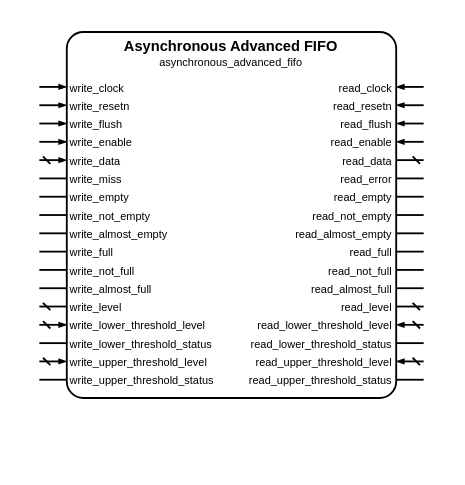
Before: sources/data/access_enable/asynchronous_advanced_fifo/asynchronous_advanced_fifo.symbol.drawio in Louis-DR/OmniCores-BuildingBlocks, a draw.io diagram. Source tidied: cells renumbered, new cells numbered last; positions are measured from the earlier drawing's top-left corner, leaving out a move shared by most shapes. Both pictures are drawn from the tidied source at 183%, with x=0, y=0 at pixel (38, 31).
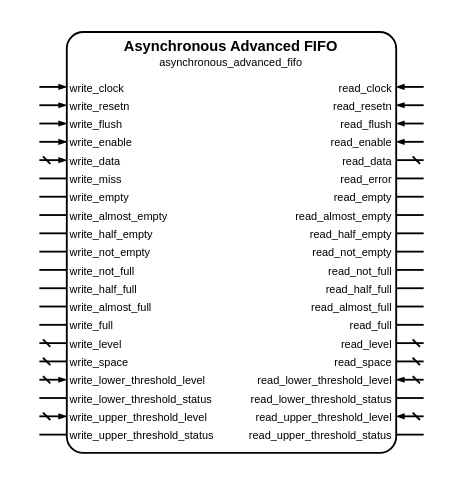
Above is the later version.

The edit, as a diff of the source:
```diff
@@
     <mxCell id="2" style="group;" parent="1" vertex="1">
-      <mxGeometry width="210" height="200" as="geometry" />
+      <mxGeometry width="210" height="230" as="geometry" />
     </mxCell>
     <mxCell id="3" style="rounded=1;arcSize=5;fillColor=none;strokeWidth=1;strokeColor=black;whiteSpace=wrap;html=1;" parent="2" vertex="1">
-      <mxGeometry x="15" width="180" height="200" as="geometry" />
+      <mxGeometry x="15" width="180" height="230" as="geometry" />
     </mxCell>
@@
+    <mxCell id="38" value="write_almost_empty" style="text;html=1;align=left;verticalAlign=middle;whiteSpace=wrap;rounded=0;fontSize=6;fontStyle=0;fontColor=black;" parent="2" vertex="1">
+      <mxGeometry x="15" y="100" width="180" as="geometry" />
+    </mxCell>
+    <mxCell id="39" style="html=1;rounded=1;strokeWidth=1;strokeColor=black;startFill=0;startSize=2;startArrow=none;endFill=1;endSize=2;endArrow=none;sourcePerimeterSpacing=0;" parent="2" edge="1">
+      <mxGeometry relative="1" as="geometry">
+        <mxPoint y="100" as="sourcePoint" />
+        <mxPoint x="15" y="100" as="targetPoint" />
+      </mxGeometry>
+    </mxCell>
+    <mxCell id="40" value="read_almost_empty" style="text;html=1;align=right;verticalAlign=middle;whiteSpace=wrap;rounded=0;fontSize=6;fontStyle=0;fontColor=black;" parent="2" vertex="1">
+      <mxGeometry x="15" y="100" width="180" as="geometry" />
+    </mxCell>
+    <mxCell id="41" style="html=1;rounded=1;strokeWidth=1;strokeColor=black;startFill=0;startSize=2;startArrow=none;endFill=1;endSize=2;endArrow=none;sourcePerimeterSpacing=0;" parent="2" edge="1">
+      <mxGeometry relative="1" as="geometry">
+        <mxPoint x="210" y="100" as="sourcePoint" />
+        <mxPoint x="195" y="100" as="targetPoint" />
+      </mxGeometry>
+    </mxCell>
+    <mxCell id="74" value="write_half_empty" style="text;html=1;align=left;verticalAlign=middle;whiteSpace=wrap;rounded=0;fontSize=6;fontStyle=0;fontColor=black;" parent="2" vertex="1">
+      <mxGeometry x="15" y="110" width="180" as="geometry" />
+    </mxCell>
+    <mxCell id="75" style="html=1;rounded=1;strokeWidth=1;strokeColor=black;startFill=0;startSize=2;startArrow=none;endFill=1;endSize=2;endArrow=none;sourcePerimeterSpacing=0;" parent="2" edge="1">
+      <mxGeometry relative="1" as="geometry">
+        <mxPoint y="110" as="sourcePoint" />
+        <mxPoint x="15" y="110" as="targetPoint" />
+      </mxGeometry>
+    </mxCell>
+    <mxCell id="76" value="read_half_empty" style="text;html=1;align=right;verticalAlign=middle;whiteSpace=wrap;rounded=0;fontSize=6;fontStyle=0;fontColor=black;" parent="2" vertex="1">
+      <mxGeometry x="15" y="110" width="180" as="geometry" />
+    </mxCell>
+    <mxCell id="77" style="html=1;rounded=1;strokeWidth=1;strokeColor=black;startFill=0;startSize=2;startArrow=none;endFill=1;endSize=2;endArrow=none;sourcePerimeterSpacing=0;" parent="2" edge="1">
+      <mxGeometry relative="1" as="geometry">
+        <mxPoint x="210" y="110" as="sourcePoint" />
+        <mxPoint x="195" y="110" as="targetPoint" />
+      </mxGeometry>
+    </mxCell>
     <mxCell id="34" value="write_not_empty" style="text;html=1;align=left;verticalAlign=middle;whiteSpace=wrap;rounded=0;fontSize=6;fontStyle=0;fontColor=black;" parent="2" vertex="1">
-      <mxGeometry x="15" y="100" width="180" as="geometry" />
+      <mxGeometry x="15" y="120" width="180" as="geometry" />
     </mxCell>
     <mxCell id="35" style="html=1;rounded=1;strokeWidth=1;strokeColor=black;startFill=0;startSize=2;startArrow=none;endFill=1;endSize=2;endArrow=none;sourcePerimeterSpacing=0;" parent="2" edge="1">
       <mxGeometry relative="1" as="geometry">
-        <mxPoint y="100" as="sourcePoint" />
-        <mxPoint x="15" y="100" as="targetPoint" />
+        <mxPoint y="120" as="sourcePoint" />
+        <mxPoint x="15" y="120" as="targetPoint" />
       </mxGeometry>
     </mxCell>
     <mxCell id="36" value="read_not_empty" style="text;html=1;align=right;verticalAlign=middle;whiteSpace=wrap;rounded=0;fontSize=6;fontStyle=0;fontColor=black;" parent="2" vertex="1">
-      <mxGeometry x="15" y="100" width="180" as="geometry" />
+      <mxGeometry x="15" y="120" width="180" as="geometry" />
     </mxCell>
     <mxCell id="37" style="html=1;rounded=1;strokeWidth=1;strokeColor=black;startFill=0;startSize=2;startArrow=none;endFill=1;endSize=2;endArrow=none;sourcePerimeterSpacing=0;" parent="2" edge="1">
       <mxGeometry relative="1" as="geometry">
-        <mxPoint x="210" y="100" as="sourcePoint" />
-        <mxPoint x="195" y="100" as="targetPoint" />
+        <mxPoint x="210" y="120" as="sourcePoint" />
+        <mxPoint x="195" y="120" as="targetPoint" />
       </mxGeometry>
     </mxCell>
-    <mxCell id="38" value="write_almost_empty" style="text;html=1;align=left;verticalAlign=middle;whiteSpace=wrap;rounded=0;fontSize=6;fontStyle=0;fontColor=black;" parent="2" vertex="1">
-      <mxGeometry x="15" y="110" width="180" as="geometry" />
-    </mxCell>
-    <mxCell id="39" style="html=1;rounded=1;strokeWidth=1;strokeColor=black;startFill=0;startSize=2;startArrow=none;endFill=1;endSize=2;endArrow=none;sourcePerimeterSpacing=0;" parent="2" edge="1">
-      <mxGeometry relative="1" as="geometry">
-        <mxPoint y="110" as="sourcePoint" />
-        <mxPoint x="15" y="110" as="targetPoint" />
-      </mxGeometry>
-    </mxCell>
-    <mxCell id="40" value="read_almost_empty" style="text;html=1;align=right;verticalAlign=middle;whiteSpace=wrap;rounded=0;fontSize=6;fontStyle=0;fontColor=black;" parent="2" vertex="1">
-      <mxGeometry x="15" y="110" width="180" as="geometry" />
-    </mxCell>
-    <mxCell id="41" style="html=1;rounded=1;strokeWidth=1;strokeColor=black;startFill=0;startSize=2;startArrow=none;endFill=1;endSize=2;endArrow=none;sourcePerimeterSpacing=0;" parent="2" edge="1">
-      <mxGeometry relative="1" as="geometry">
-        <mxPoint x="210" y="110" as="sourcePoint" />
-        <mxPoint x="195" y="110" as="targetPoint" />
-      </mxGeometry>
-    </mxCell>
+    <mxCell id="46" value="write_not_full" style="text;html=1;align=left;verticalAlign=middle;whiteSpace=wrap;rounded=0;fontSize=6;fontStyle=0;fontColor=black;" parent="2" vertex="1">
+      <mxGeometry x="15" y="130" width="180" as="geometry" />
+    </mxCell>
+    <mxCell id="47" style="html=1;rounded=1;strokeWidth=1;strokeColor=black;startFill=0;startSize=2;startArrow=none;endFill=1;endSize=2;endArrow=none;sourcePerimeterSpacing=0;" parent="2" edge="1">
+      <mxGeometry relative="1" as="geometry">
+        <mxPoint y="130" as="sourcePoint" />
+        <mxPoint x="15" y="130" as="targetPoint" />
+      </mxGeometry>
+    </mxCell>
+    <mxCell id="48" value="read_not_full" style="text;html=1;align=right;verticalAlign=middle;whiteSpace=wrap;rounded=0;fontSize=6;fontStyle=0;fontColor=black;" parent="2" vertex="1">
+      <mxGeometry x="15" y="130" width="180" as="geometry" />
+    </mxCell>
+    <mxCell id="49" style="html=1;rounded=1;strokeWidth=1;strokeColor=black;startFill=0;startSize=2;startArrow=none;endFill=1;endSize=2;endArrow=none;sourcePerimeterSpacing=0;" parent="2" edge="1">
+      <mxGeometry relative="1" as="geometry">
+        <mxPoint x="210" y="130" as="sourcePoint" />
+        <mxPoint x="195" y="130" as="targetPoint" />
+      </mxGeometry>
+    </mxCell>
+    <mxCell id="78" value="write_half_full" style="text;html=1;align=left;verticalAlign=middle;whiteSpace=wrap;rounded=0;fontSize=6;fontStyle=0;fontColor=black;" parent="2" vertex="1">
+      <mxGeometry x="15" y="140" width="180" as="geometry" />
+    </mxCell>
+    <mxCell id="79" style="html=1;rounded=1;strokeWidth=1;strokeColor=black;startFill=0;startSize=2;startArrow=none;endFill=1;endSize=2;endArrow=none;sourcePerimeterSpacing=0;" parent="2" edge="1">
+      <mxGeometry relative="1" as="geometry">
+        <mxPoint y="140" as="sourcePoint" />
+        <mxPoint x="15" y="140" as="targetPoint" />
+      </mxGeometry>
+    </mxCell>
+    <mxCell id="80" value="read_half_full" style="text;html=1;align=right;verticalAlign=middle;whiteSpace=wrap;rounded=0;fontSize=6;fontStyle=0;fontColor=black;" parent="2" vertex="1">
+      <mxGeometry x="15" y="140" width="180" as="geometry" />
+    </mxCell>
+    <mxCell id="81" style="html=1;rounded=1;strokeWidth=1;strokeColor=black;startFill=0;startSize=2;startArrow=none;endFill=1;endSize=2;endArrow=none;sourcePerimeterSpacing=0;" parent="2" edge="1">
+      <mxGeometry relative="1" as="geometry">
+        <mxPoint x="210" y="140" as="sourcePoint" />
+        <mxPoint x="195" y="140" as="targetPoint" />
+      </mxGeometry>
+    </mxCell>
+    <mxCell id="50" value="write_almost_full" style="text;html=1;align=left;verticalAlign=middle;whiteSpace=wrap;rounded=0;fontSize=6;fontStyle=0;fontColor=black;" parent="2" vertex="1">
+      <mxGeometry x="15" y="150" width="180" as="geometry" />
+    </mxCell>
+    <mxCell id="51" style="html=1;rounded=1;strokeWidth=1;strokeColor=black;startFill=0;startSize=2;startArrow=none;endFill=1;endSize=2;endArrow=none;sourcePerimeterSpacing=0;" parent="2" edge="1">
+      <mxGeometry relative="1" as="geometry">
+        <mxPoint y="150" as="sourcePoint" />
+        <mxPoint x="15" y="150" as="targetPoint" />
+      </mxGeometry>
+    </mxCell>
+    <mxCell id="52" value="read_almost_full" style="text;html=1;align=right;verticalAlign=middle;whiteSpace=wrap;rounded=0;fontSize=6;fontStyle=0;fontColor=black;" parent="2" vertex="1">
+      <mxGeometry x="15" y="150" width="180" as="geometry" />
+    </mxCell>
+    <mxCell id="53" style="html=1;rounded=1;strokeWidth=1;strokeColor=black;startFill=0;startSize=2;startArrow=none;endFill=1;endSize=2;endArrow=none;sourcePerimeterSpacing=0;" parent="2" edge="1">
+      <mxGeometry relative="1" as="geometry">
+        <mxPoint x="210" y="150" as="sourcePoint" />
+        <mxPoint x="195" y="150" as="targetPoint" />
+      </mxGeometry>
+    </mxCell>
     <mxCell id="42" value="write_full" style="text;html=1;align=left;verticalAlign=middle;whiteSpace=wrap;rounded=0;fontSize=6;fontStyle=0;fontColor=black;" parent="2" vertex="1">
-      <mxGeometry x="15" y="120" width="180" as="geometry" />
+      <mxGeometry x="15" y="160" width="180" as="geometry" />
     </mxCell>
     <mxCell id="43" style="html=1;rounded=1;strokeWidth=1;strokeColor=black;startFill=0;startSize=2;startArrow=none;endFill=1;endSize=2;endArrow=none;sourcePerimeterSpacing=0;" parent="2" edge="1">
       <mxGeometry relative="1" as="geometry">
-        <mxPoint y="120" as="sourcePoint" />
-        <mxPoint x="15" y="120" as="targetPoint" />
+        <mxPoint y="160" as="sourcePoint" />
+        <mxPoint x="15" y="160" as="targetPoint" />
       </mxGeometry>
     </mxCell>
     <mxCell id="44" value="read_full" style="text;html=1;align=right;verticalAlign=middle;whiteSpace=wrap;rounded=0;fontSize=6;fontStyle=0;fontColor=black;" parent="2" vertex="1">
-      <mxGeometry x="15" y="120" width="180" as="geometry" />
+      <mxGeometry x="15" y="160" width="180" as="geometry" />
     </mxCell>
     <mxCell id="45" style="html=1;rounded=1;strokeWidth=1;strokeColor=black;startFill=0;startSize=2;startArrow=none;endFill=1;endSize=2;endArrow=none;sourcePerimeterSpacing=0;" parent="2" edge="1">
       <mxGeometry relative="1" as="geometry">
-        <mxPoint x="210" y="120" as="sourcePoint" />
-        <mxPoint x="195" y="120" as="targetPoint" />
+        <mxPoint x="210" y="160" as="sourcePoint" />
+        <mxPoint x="195" y="160" as="targetPoint" />
       </mxGeometry>
     </mxCell>
-    <mxCell id="46" value="write_not_full" style="text;html=1;align=left;verticalAlign=middle;whiteSpace=wrap;rounded=0;fontSize=6;fontStyle=0;fontColor=black;" parent="2" vertex="1">
-      <mxGeometry x="15" y="130" width="180" as="geometry" />
-    </mxCell>
-    <mxCell id="47" style="html=1;rounded=1;strokeWidth=1;strokeColor=black;startFill=0;startSize=2;startArrow=none;endFill=1;endSize=2;endArrow=none;sourcePerimeterSpacing=0;" parent="2" edge="1">
-      <mxGeometry relative="1" as="geometry">
-        <mxPoint y="130" as="sourcePoint" />
-        <mxPoint x="15" y="130" as="targetPoint" />
-      </mxGeometry>
-    </mxCell>
-    <mxCell id="48" value="read_not_full" style="text;html=1;align=right;verticalAlign=middle;whiteSpace=wrap;rounded=0;fontSize=6;fontStyle=0;fontColor=black;" parent="2" vertex="1">
-      <mxGeometry x="15" y="130" width="180" as="geometry" />
-    </mxCell>
-    <mxCell id="49" style="html=1;rounded=1;strokeWidth=1;strokeColor=black;startFill=0;startSize=2;startArrow=none;endFill=1;endSize=2;endArrow=none;sourcePerimeterSpacing=0;" parent="2" edge="1">
-      <mxGeometry relative="1" as="geometry">
-        <mxPoint x="210" y="130" as="sourcePoint" />
-        <mxPoint x="195" y="130" as="targetPoint" />
-      </mxGeometry>
-    </mxCell>
-    <mxCell id="50" value="write_almost_full" style="text;html=1;align=left;verticalAlign=middle;whiteSpace=wrap;rounded=0;fontSize=6;fontStyle=0;fontColor=black;" parent="2" vertex="1">
-      <mxGeometry x="15" y="140" width="180" as="geometry" />
-    </mxCell>
-    <mxCell id="51" style="html=1;rounded=1;strokeWidth=1;strokeColor=black;startFill=0;startSize=2;startArrow=none;endFill=1;endSize=2;endArrow=none;sourcePerimeterSpacing=0;" parent="2" edge="1">
-      <mxGeometry relative="1" as="geometry">
-        <mxPoint y="140" as="sourcePoint" />
-        <mxPoint x="15" y="140" as="targetPoint" />
-      </mxGeometry>
-    </mxCell>
-    <mxCell id="52" value="read_almost_full" style="text;html=1;align=right;verticalAlign=middle;whiteSpace=wrap;rounded=0;fontSize=6;fontStyle=0;fontColor=black;" parent="2" vertex="1">
-      <mxGeometry x="15" y="140" width="180" as="geometry" />
-    </mxCell>
-    <mxCell id="53" style="html=1;rounded=1;strokeWidth=1;strokeColor=black;startFill=0;startSize=2;startArrow=none;endFill=1;endSize=2;endArrow=none;sourcePerimeterSpacing=0;" parent="2" edge="1">
-      <mxGeometry relative="1" as="geometry">
-        <mxPoint x="210" y="140" as="sourcePoint" />
-        <mxPoint x="195" y="140" as="targetPoint" />
-      </mxGeometry>
-    </mxCell>
     <mxCell id="54" value="write_level" style="text;html=1;align=left;verticalAlign=middle;whiteSpace=wrap;rounded=0;fontSize=6;fontStyle=0;fontColor=black;" parent="2" vertex="1">
-      <mxGeometry x="15" y="150" width="180" as="geometry" />
+      <mxGeometry x="15" y="170" width="180" as="geometry" />
     </mxCell>
     <mxCell id="55" style="html=1;rounded=1;strokeWidth=1;strokeColor=black;startFill=0;startSize=2;startArrow=dash;endFill=1;endSize=2;endArrow=none;sourcePerimeterSpacing=0;" parent="2" edge="1">
       <mxGeometry relative="1" as="geometry">
-        <mxPoint y="150" as="sourcePoint" />
-        <mxPoint x="15" y="150" as="targetPoint" />
+        <mxPoint y="170" as="sourcePoint" />
+        <mxPoint x="15" y="170" as="targetPoint" />
       </mxGeometry>
     </mxCell>
     <mxCell id="56" value="read_level" style="text;html=1;align=right;verticalAlign=middle;whiteSpace=wrap;rounded=0;fontSize=6;fontStyle=0;fontColor=black;" parent="2" vertex="1">
-      <mxGeometry x="15" y="150" width="180" as="geometry" />
+      <mxGeometry x="15" y="170" width="180" as="geometry" />
     </mxCell>
     <mxCell id="57" style="html=1;rounded=1;strokeWidth=1;strokeColor=black;startFill=0;startSize=2;startArrow=dash;endFill=1;endSize=2;endArrow=none;sourcePerimeterSpacing=0;" parent="2" edge="1">
       <mxGeometry relative="1" as="geometry">
-        <mxPoint x="210" y="150" as="sourcePoint" />
-        <mxPoint x="195" y="150" as="targetPoint" />
+        <mxPoint x="210" y="170" as="sourcePoint" />
+        <mxPoint x="195" y="170" as="targetPoint" />
       </mxGeometry>
     </mxCell>
+    <mxCell id="82" value="write_space" style="text;html=1;align=left;verticalAlign=middle;whiteSpace=wrap;rounded=0;fontSize=6;fontStyle=0;fontColor=black;" parent="2" vertex="1">
+      <mxGeometry x="15" y="180" width="180" as="geometry" />
+    </mxCell>
+    <mxCell id="83" style="html=1;rounded=1;strokeWidth=1;strokeColor=black;startFill=0;startSize=2;startArrow=dash;endFill=1;endSize=2;endArrow=none;sourcePerimeterSpacing=0;" parent="2" edge="1">
+      <mxGeometry relative="1" as="geometry">
+        <mxPoint y="180" as="sourcePoint" />
+        <mxPoint x="15" y="180" as="targetPoint" />
+      </mxGeometry>
+    </mxCell>
+    <mxCell id="84" value="read_space" style="text;html=1;align=right;verticalAlign=middle;whiteSpace=wrap;rounded=0;fontSize=6;fontStyle=0;fontColor=black;" parent="2" vertex="1">
+      <mxGeometry x="15" y="180" width="180" as="geometry" />
+    </mxCell>
+    <mxCell id="85" style="html=1;rounded=1;strokeWidth=1;strokeColor=black;startFill=0;startSize=2;startArrow=dash;endFill=1;endSize=2;endArrow=none;sourcePerimeterSpacing=0;" parent="2" edge="1">
+      <mxGeometry relative="1" as="geometry">
+        <mxPoint x="210" y="180" as="sourcePoint" />
+        <mxPoint x="195" y="180" as="targetPoint" />
+      </mxGeometry>
+    </mxCell>
     <mxCell id="58" value="write_lower_threshold_level" style="text;html=1;align=left;verticalAlign=middle;whiteSpace=wrap;rounded=0;fontSize=6;fontStyle=0;fontColor=black;" parent="2" vertex="1">
-      <mxGeometry x="15" y="160" width="180" as="geometry" />
+      <mxGeometry x="15" y="190" width="180" as="geometry" />
     </mxCell>
     <mxCell id="59" style="html=1;rounded=1;strokeWidth=1;strokeColor=black;startFill=0;startSize=2;startArrow=dash;endFill=1;endSize=2;endArrow=blockThin;sourcePerimeterSpacing=0;" parent="2" edge="1">
       <mxGeometry relative="1" as="geometry">
-        <mxPoint y="160" as="sourcePoint" />
-        <mxPoint x="15" y="160" as="targetPoint" />
+        <mxPoint y="190" as="sourcePoint" />
+        <mxPoint x="15" y="190" as="targetPoint" />
       </mxGeometry>
     </mxCell>
     <mxCell id="60" value="read_lower_threshold_level" style="text;html=1;align=right;verticalAlign=middle;whiteSpace=wrap;rounded=0;fontSize=6;fontStyle=0;fontColor=black;" parent="2" vertex="1">
-      <mxGeometry x="15" y="160" width="180" as="geometry" />
+      <mxGeometry x="15" y="190" width="180" as="geometry" />
     </mxCell>
     <mxCell id="61" style="html=1;rounded=1;strokeWidth=1;strokeColor=black;startFill=0;startSize=2;startArrow=dash;endFill=1;endSize=2;endArrow=blockThin;sourcePerimeterSpacing=0;" parent="2" edge="1">
       <mxGeometry relative="1" as="geometry">
-        <mxPoint x="210" y="160" as="sourcePoint" />
-        <mxPoint x="195" y="160" as="targetPoint" />
+        <mxPoint x="210" y="190" as="sourcePoint" />
+        <mxPoint x="195" y="190" as="targetPoint" />
       </mxGeometry>
     </mxCell>
     <mxCell id="62" value="write_lower_threshold_status" style="text;html=1;align=left;verticalAlign=middle;whiteSpace=wrap;rounded=0;fontSize=6;fontStyle=0;fontColor=black;" parent="2" vertex="1">
-      <mxGeometry x="15" y="170" width="180" as="geometry" />
+      <mxGeometry x="15" y="200" width="180" as="geometry" />
     </mxCell>
     <mxCell id="63" style="html=1;rounded=1;strokeWidth=1;strokeColor=black;startFill=0;startSize=2;startArrow=none;endFill=1;endSize=2;endArrow=none;sourcePerimeterSpacing=0;" parent="2" edge="1">
       <mxGeometry relative="1" as="geometry">
-        <mxPoint y="170" as="sourcePoint" />
-        <mxPoint x="15" y="170" as="targetPoint" />
+        <mxPoint y="200" as="sourcePoint" />
+        <mxPoint x="15" y="200" as="targetPoint" />
       </mxGeometry>
     </mxCell>
     <mxCell id="64" value="read_lower_threshold_status" style="text;html=1;align=right;verticalAlign=middle;whiteSpace=wrap;rounded=0;fontSize=6;fontStyle=0;fontColor=black;" parent="2" vertex="1">
-      <mxGeometry x="15" y="170" width="180" as="geometry" />
+      <mxGeometry x="15" y="200" width="180" as="geometry" />
     </mxCell>
     <mxCell id="65" style="html=1;rounded=1;strokeWidth=1;strokeColor=black;startFill=0;startSize=2;startArrow=none;endFill=1;endSize=2;endArrow=none;sourcePerimeterSpacing=0;" parent="2" edge="1">
       <mxGeometry relative="1" as="geometry">
-        <mxPoint x="210" y="170" as="sourcePoint" />
-        <mxPoint x="195" y="170" as="targetPoint" />
+        <mxPoint x="210" y="200" as="sourcePoint" />
+        <mxPoint x="195" y="200" as="targetPoint" />
       </mxGeometry>
     </mxCell>
     <mxCell id="66" value="write_upper_threshold_level" style="text;html=1;align=left;verticalAlign=middle;whiteSpace=wrap;rounded=0;fontSize=6;fontStyle=0;fontColor=black;" parent="2" vertex="1">
-      <mxGeometry x="15" y="180" width="180" as="geometry" />
+      <mxGeometry x="15" y="210" width="180" as="geometry" />
     </mxCell>
     <mxCell id="67" style="html=1;rounded=1;strokeWidth=1;strokeColor=black;startFill=0;startSize=2;startArrow=dash;endFill=1;endSize=2;endArrow=blockThin;sourcePerimeterSpacing=0;" parent="2" edge="1">
       <mxGeometry relative="1" as="geometry">
-        <mxPoint y="180" as="sourcePoint" />
-        <mxPoint x="15" y="180" as="targetPoint" />
+        <mxPoint y="210" as="sourcePoint" />
+        <mxPoint x="15" y="210" as="targetPoint" />
       </mxGeometry>
     </mxCell>
     <mxCell id="68" value="read_upper_threshold_level" style="text;html=1;align=right;verticalAlign=middle;whiteSpace=wrap;rounded=0;fontSize=6;fontStyle=0;fontColor=black;" parent="2" vertex="1">
-      <mxGeometry x="15" y="180" width="180" as="geometry" />
+      <mxGeometry x="15" y="210" width="180" as="geometry" />
     </mxCell>
     <mxCell id="69" style="html=1;rounded=1;strokeWidth=1;strokeColor=black;startFill=0;startSize=2;startArrow=dash;endFill=1;endSize=2;endArrow=blockThin;sourcePerimeterSpacing=0;" parent="2" edge="1">
       <mxGeometry relative="1" as="geometry">
-        <mxPoint x="210" y="180" as="sourcePoint" />
-        <mxPoint x="195" y="180" as="targetPoint" />
+        <mxPoint x="210" y="210" as="sourcePoint" />
+        <mxPoint x="195" y="210" as="targetPoint" />
       </mxGeometry>
     </mxCell>
     <mxCell id="70" value="write_upper_threshold_status" style="text;html=1;align=left;verticalAlign=middle;whiteSpace=wrap;rounded=0;fontSize=6;fontStyle=0;fontColor=black;" parent="2" vertex="1">
-      <mxGeometry x="15" y="190" width="180" as="geometry" />
+      <mxGeometry x="15" y="220" width="180" as="geometry" />
     </mxCell>
     <mxCell id="71" style="html=1;rounded=1;strokeWidth=1;strokeColor=black;startFill=0;startSize=2;startArrow=none;endFill=1;endSize=2;endArrow=none;sourcePerimeterSpacing=0;" parent="2" edge="1">
       <mxGeometry relative="1" as="geometry">
-        <mxPoint y="190" as="sourcePoint" />
-        <mxPoint x="15" y="190" as="targetPoint" />
+        <mxPoint y="220" as="sourcePoint" />
+        <mxPoint x="15" y="220" as="targetPoint" />
       </mxGeometry>
     </mxCell>
     <mxCell id="72" value="read_upper_threshold_status" style="text;html=1;align=right;verticalAlign=middle;whiteSpace=wrap;rounded=0;fontSize=6;fontStyle=0;fontColor=black;" parent="2" vertex="1">
-      <mxGeometry x="15" y="190" width="180" as="geometry" />
+      <mxGeometry x="15" y="220" width="180" as="geometry" />
     </mxCell>
     <mxCell id="73" style="html=1;rounded=1;strokeWidth=1;strokeColor=black;startFill=0;startSize=2;startArrow=none;endFill=1;endSize=2;endArrow=none;sourcePerimeterSpacing=0;" parent="2" edge="1">
       <mxGeometry relative="1" as="geometry">
-        <mxPoint x="210" y="190" as="sourcePoint" />
-        <mxPoint x="195" y="190" as="targetPoint" />
+        <mxPoint x="210" y="220" as="sourcePoint" />
+        <mxPoint x="195" y="220" as="targetPoint" />
       </mxGeometry>
     </mxCell>
```
